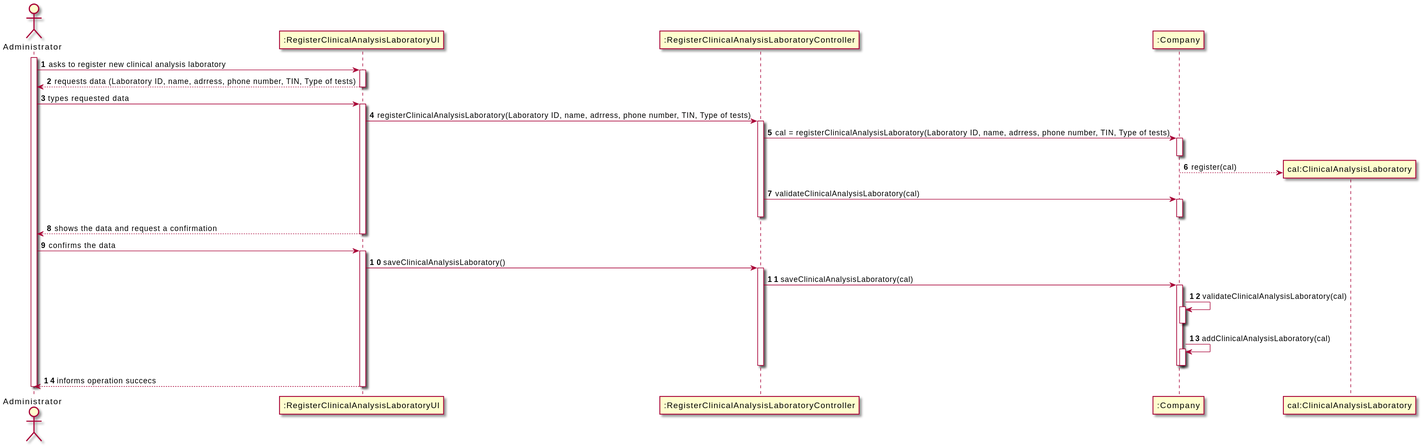
This is docs/SprintB/US_8/ImagesUsed/US8_SD.svg from RuiRioPina/LAPR2-20-21, a PlantUML export, as it was before one commit. The source it was exported from:
```plantuml
@startuml
autonumber
actor "Administrator" as ADMIN

participant ":RegisterClinicalAnalysisLaboratoryUI" as UI
participant ":RegisterClinicalAnalysisLaboratoryController" as CTRL
participant ":Company" as CMP
participant "cal:ClinicalAnalysisLaboratory" as CAL

activate ADMIN
ADMIN -> UI : asks to register new clinical analysis laboratory
activate UI
UI --> ADMIN : requests data (Laboratory ID, name, adrress, phone number, TIN, Type of tests)
deactivate UI

ADMIN -> UI : types requested data
activate UI
UI -> CTRL: registerClinicalAnalysisLaboratory(Laboratory ID, name, adrress, phone number, TIN, Type of tests)
activate CTRL
CTRL -> CMP : cal = registerClinicalAnalysisLaboratory(Laboratory ID, name, adrress, phone number, TIN, Type of tests)
activate CMP
deactivate CMP
CMP --> CAL** : register(cal)
CTRL -> CMP : validateClinicalAnalysisLaboratory(cal)
activate CMP
deactivate CMP
deactivate CTRL

UI --> ADMIN : shows the data and request a confirmation
deactivate UI

ADMIN -> UI : confirms the data
activate UI

UI -> CTRL : saveClinicalAnalysisLaboratory()
activate CTRL

CTRL -> CMP : saveClinicalAnalysisLaboratory(cal)
activate CMP
CMP -> CMP : validateClinicalAnalysisLaboratory(cal)
activate CMP
CMP--
CMP -> CMP : addClinicalAnalysisLaboratory(cal)
activate CMP
CMP--
deactivate CMP
deactivate CTRL

UI --> ADMIN : informs operation succecs
deactivate UI

deactivate ADMIN
@enduml
```
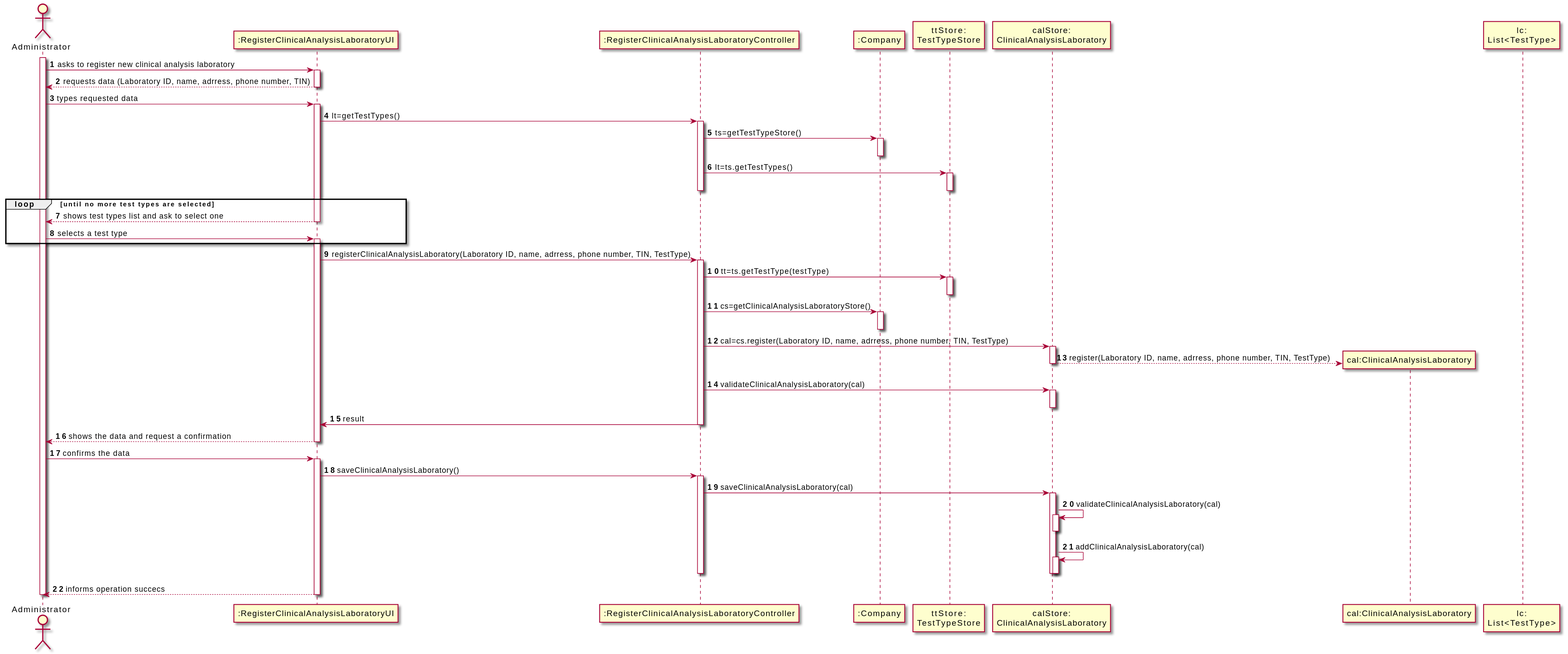
After the commit.

What changed in the source:
```diff
@@ -5,25 +5,50 @@
 participant ":RegisterClinicalAnalysisLaboratoryUI" as UI
 participant ":RegisterClinicalAnalysisLaboratoryController" as CTRL
 participant ":Company" as CMP
+participant "ttStore:\nTestTypeStore" as TTSTORE
+participant "calStore:\nClinicalAnalysisLaboratory" as STORE
 participant "cal:ClinicalAnalysisLaboratory" as CAL
+participant "lc:\nList<TestType>" as lc
+
 
 activate ADMIN
 ADMIN -> UI : asks to register new clinical analysis laboratory
 activate UI
-UI --> ADMIN : requests data (Laboratory ID, name, adrress, phone number, TIN, Type of tests)
+UI --> ADMIN : requests data (Laboratory ID, name, adrress, phone number, TIN)
 deactivate UI
-
 ADMIN -> UI : types requested data
 activate UI
-UI -> CTRL: registerClinicalAnalysisLaboratory(Laboratory ID, name, adrress, phone number, TIN, Type of tests)
+UI -> CTRL : lt=getTestTypes()
 activate CTRL
-CTRL -> CMP : cal = registerClinicalAnalysisLaboratory(Laboratory ID, name, adrress, phone number, TIN, Type of tests)
+CTRL -> CMP : ts=getTestTypeStore()
 activate CMP
 deactivate CMP
-CMP --> CAL** : register(cal)
-CTRL -> CMP : validateClinicalAnalysisLaboratory(cal)
+CTRL -> TTSTORE : lt=ts.getTestTypes()
+activate TTSTORE
+deactivate TTSTORE
+deactivate CTRL
+loop until no more test types are selected
+	UI --> ADMIN : shows test types list and ask to select one
+	deactivate UI
+	ADMIN -> UI : selects a test type
+	activate UI
+end
+UI -> CTRL: registerClinicalAnalysisLaboratory(Laboratory ID, name, adrress, phone number, TIN, TestType)
+activate CTRL
+CTRL -> TTSTORE : tt=ts.getTestType(testType)
+activate TTSTORE
+deactivate TTSTORE
+CTRL -> CMP : cs=getClinicalAnalysisLaboratoryStore()
 activate CMP
 deactivate CMP
+CTRL -> STORE : cal=cs.register(Laboratory ID, name, adrress, phone number, TIN, TestType)
+activate STORE
+STORE --> CAL** : register(Laboratory ID, name, adrress, phone number, TIN, TestType)
+deactivate STORE
+CTRL -> STORE : validateClinicalAnalysisLaboratory(cal)
+activate STORE
+deactivate STORE
+CTRL -> UI : result
 deactivate CTRL
 
 UI --> ADMIN : shows the data and request a confirmation
@@ -35,15 +60,15 @@
 UI -> CTRL : saveClinicalAnalysisLaboratory()
 activate CTRL
 
-CTRL -> CMP : saveClinicalAnalysisLaboratory(cal)
-activate CMP
-CMP -> CMP : validateClinicalAnalysisLaboratory(cal)
-activate CMP
-CMP--
-CMP -> CMP : addClinicalAnalysisLaboratory(cal)
-activate CMP
-CMP--
-deactivate CMP
+CTRL -> STORE : saveClinicalAnalysisLaboratory(cal)
+activate STORE
+STORE -> STORE : validateClinicalAnalysisLaboratory(cal)
+activate STORE
+STORE--
+STORE -> STORE : addClinicalAnalysisLaboratory(cal)
+activate STORE
+STORE--
+deactivate STORE
 deactivate CTRL
 
 UI --> ADMIN : informs operation succecs
```
